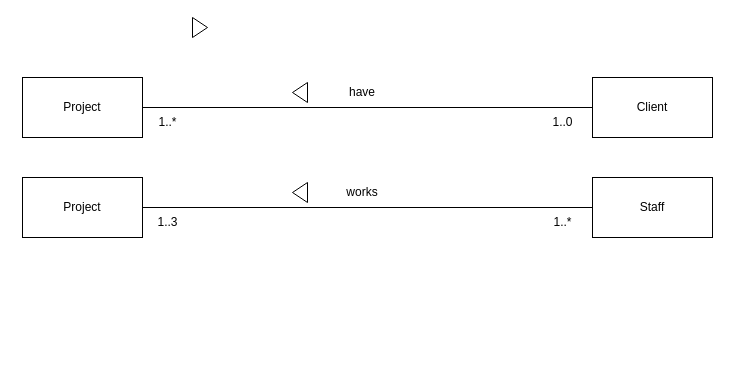
Earlier version of the draw.io diagram tutorial-week02-tut.drawio (Rumeasiyan/database-systems-IIT-Sri-Lanka). Source tidied: cells renumbered, new cells numbered last; positions are measured from the earlier drawing's top-left corner, leaving out a move shared by most shapes. Both pictures are drawn from the tidied source at 100%, with x=0, y=0 at pixel (22, 17).
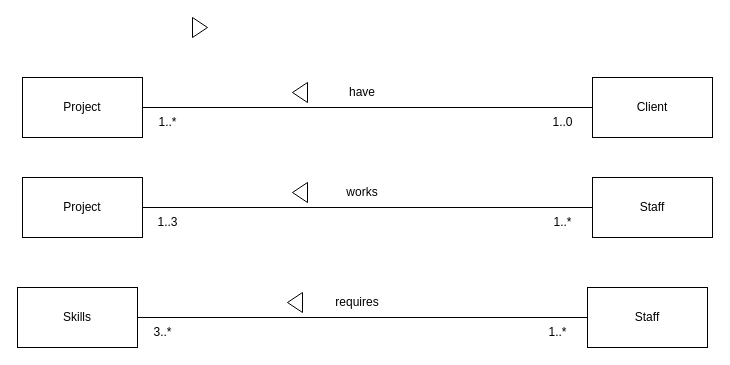
Above is the later version.

What changed in the source:
```diff
@@
+    <mxCell id="17" value="Skills" style="rounded=0;whiteSpace=wrap;html=1;" parent="1" vertex="1">
+      <mxGeometry x="-5" y="270" width="120" height="60" as="geometry" />
+    </mxCell>
+    <mxCell id="18" value="Staff" style="rounded=0;whiteSpace=wrap;html=1;" parent="1" vertex="1">
+      <mxGeometry x="565" y="270" width="120" height="60" as="geometry" />
+    </mxCell>
+    <mxCell id="19" style="endArrow=none;html=1;rounded=0;exitX=1;exitY=0.5;exitDx=0;exitDy=0;entryX=0;entryY=0.5;entryDx=0;entryDy=0;" parent="1" edge="1" source="17" target="18">
+      <mxGeometry relative="1" as="geometry" />
+    </mxCell>
+    <mxCell id="20" value="requires" style="text;html=1;strokeColor=none;fillColor=none;align=center;verticalAlign=middle;whiteSpace=wrap;rounded=0;" parent="1" vertex="1">
+      <mxGeometry x="275" y="270" width="120" height="30" as="geometry" />
+    </mxCell>
+    <mxCell id="21" style="triangle;whiteSpace=wrap;html=1;rotation=-180;" parent="1" vertex="1">
+      <mxGeometry x="265" y="275" width="15" height="20" as="geometry" />
+    </mxCell>
+    <mxCell id="22" value="3..*" style="text;html=1;align=center;verticalAlign=middle;strokeColor=none;fillColor=none;" parent="1" vertex="1">
+      <mxGeometry x="120" y="300" width="40" height="30" as="geometry" />
+    </mxCell>
+    <mxCell id="23" value="1..*" style="text;html=1;align=center;verticalAlign=middle;strokeColor=none;fillColor=none;" parent="1" vertex="1">
+      <mxGeometry x="515" y="300" width="40" height="30" as="geometry" />
+    </mxCell>
```
